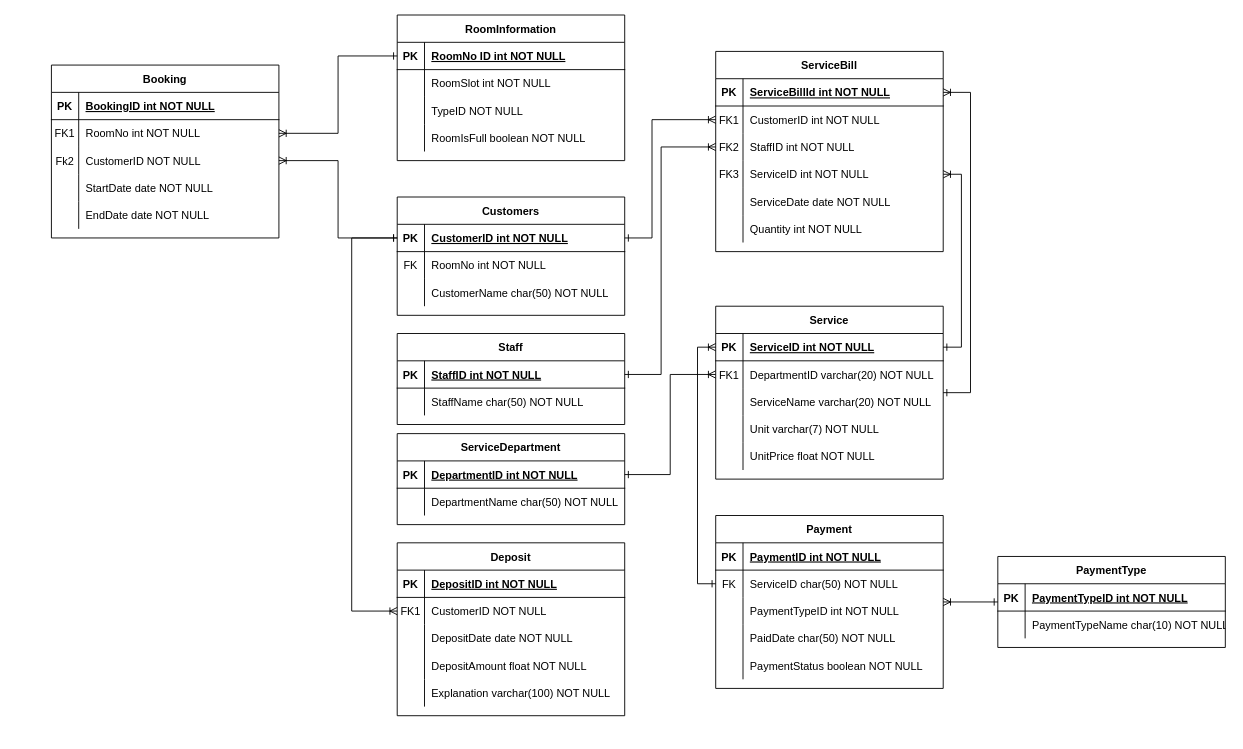
The draw.io diagram Diagram/Entity Relationship Diagram.drawio in jonathanha52/SE104.L23.PMCL, before the edit. Source tidied: cells renumbered, new cells numbered last; positions are measured from the earlier drawing's top-left corner, leaving out a move shared by most shapes. Both pictures are drawn from the tidied source at 91%, with x=0, y=0 at pixel (51, 15).
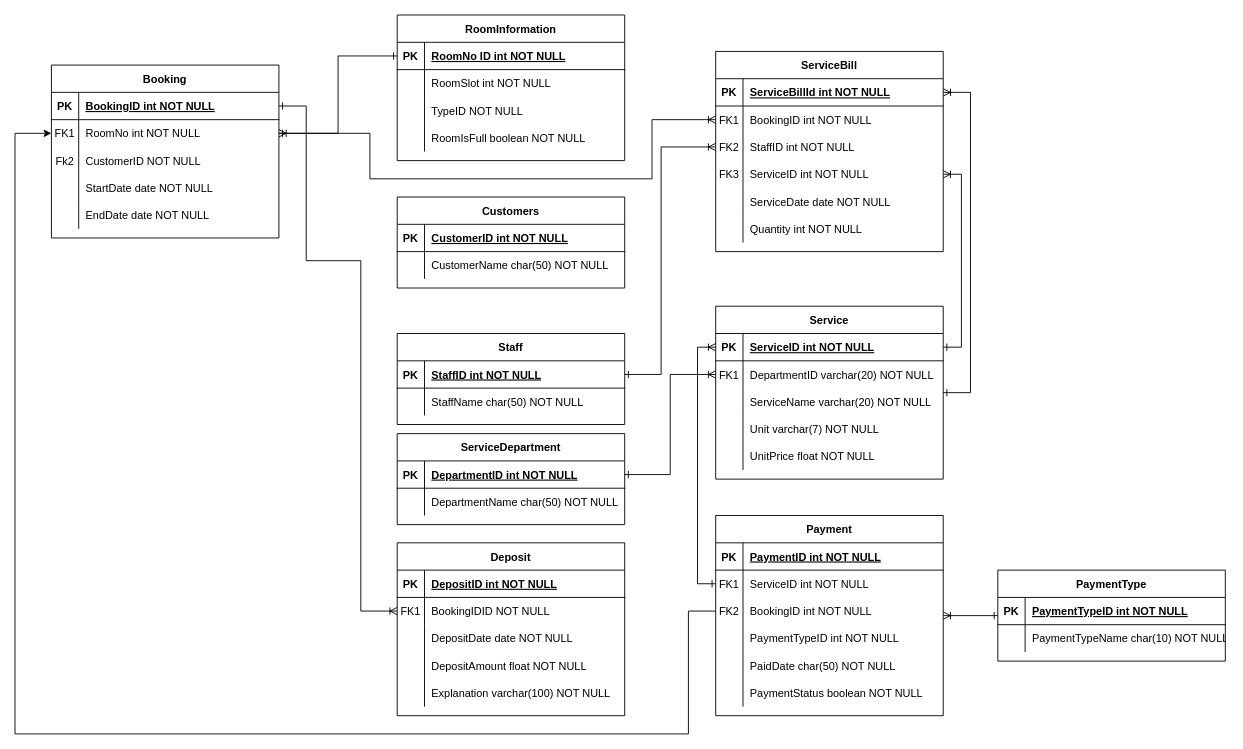
The same diagram, later.

Unchanged cells that the change refers to:
```xml
<mxCell id="8" style="shape=partialRectangle;fillColor=none;points=[[0,0.5],[1,0.5]];portConstraint=eastwest;top=0;left=0;right=0;bottom=0;" parent="4" vertex="1">
  <mxGeometry y="60" width="250" height="30" as="geometry" />
</mxCell>
<mxCell id="40" style="shape=partialRectangle;fillColor=none;points=[[0,0.5],[1,0.5]];portConstraint=eastwest;top=0;left=0;right=0;bottom=1;" parent="39" vertex="1">
  <mxGeometry y="30" width="250" height="30" as="geometry" />
</mxCell>
<mxCell id="67" style="shape=partialRectangle;fillColor=none;points=[[0,0.5],[1,0.5]];portConstraint=eastwest;top=0;left=0;right=0;bottom=0;" parent="63" vertex="1">
  <mxGeometry y="60" width="250" height="30" as="geometry" />
</mxCell>
<mxCell id="98" style="shape=partialRectangle;fillColor=none;points=[[0,0.5],[1,0.5]];portConstraint=eastwest;top=0;left=0;right=0;bottom=0;" parent="94" vertex="1">
  <mxGeometry y="60" width="250" height="30" as="geometry" />
</mxCell>
<mxCell id="122" style="shape=partialRectangle;fillColor=none;points=[[0,0.5],[1,0.5]];portConstraint=eastwest;top=0;left=0;right=0;bottom=1;" parent="121" vertex="1">
  <mxGeometry y="30" width="250" height="30" as="geometry" />
</mxCell>
<mxCell id="125" style="shape=partialRectangle;fillColor=none;points=[[0,0.5],[1,0.5]];portConstraint=eastwest;top=0;left=0;right=0;bottom=0;" parent="121" vertex="1">
  <mxGeometry y="60" width="250" height="30" as="geometry" />
</mxCell>
<mxCell id="128" style="shape=partialRectangle;fillColor=none;points=[[0,0.5],[1,0.5]];portConstraint=eastwest;top=0;left=0;right=0;bottom=0;" parent="121" vertex="1">
  <mxGeometry y="90" width="250" height="30" as="geometry" />
</mxCell>
```

Change to the diagram source:
```diff
@@
-    <mxCell id="2" style="endArrow=ERoneToMany;startArrow=ERone;endFill=0;startFill=0;edgeStyle=orthogonalEdgeStyle;rounded=0;" parent="1" edge="1" source="40" target="8">
+    <mxCell id="2" style="endArrow=ERoneToMany;startArrow=ERone;endFill=0;startFill=0;edgeStyle=orthogonalEdgeStyle;rounded=0;" parent="1" edge="1" source="125" target="8">
       <mxGeometry relative="1" as="geometry">
         <Array as="points">
-          <mxPoint x="660" y="245" />
+          <mxPoint x="350" y="130" />
+          <mxPoint x="350" y="180" />
+          <mxPoint x="660" y="180" />
           <mxPoint x="660" y="115" />
         </Array>
       </mxGeometry>
     </mxCell>
@@
-    <mxCell id="10" value="CustomerID int NOT NULL" style="shape=partialRectangle;overflow=hidden;fillColor=none;top=0;left=0;bottom=0;right=0;align=left;spacingLeft=6;" parent="8" vertex="1">
+    <mxCell id="10" value="BookingID int NOT NULL" style="shape=partialRectangle;overflow=hidden;fillColor=none;top=0;left=0;bottom=0;right=0;align=left;spacingLeft=6;" parent="8" vertex="1">
       <mxGeometry x="30" width="220" height="30" as="geometry" />
     </mxCell>
@@
     <mxCell id="39" value="Customers" style="shape=table;startSize=30;childLayout=tableLayout;rowLines=0;fontStyle=1;align=center;" parent="1" vertex="1">
-      <mxGeometry x="380" y="200" width="250" height="130" as="geometry" />
+      <mxGeometry x="380" y="200" width="250" height="100" as="geometry" />
     </mxCell>
@@
-    <mxCell id="43" style="shape=partialRectangle;fillColor=none;top=0;left=0;right=0;bottom=0;" parent="39" vertex="1">
-      <mxGeometry y="60" width="250" height="30" as="geometry" />
-    </mxCell>
-    <mxCell id="44" value="FK" style="shape=partialRectangle;overflow=hidden;fillColor=none;top=0;left=0;bottom=0;right=0;" parent="43" vertex="1">
-      <mxGeometry width="30" height="30" as="geometry" />
-    </mxCell>
-    <mxCell id="45" value="RoomNo int NOT NULL" style="shape=partialRectangle;overflow=hidden;fillColor=none;top=0;left=0;bottom=0;right=0;align=left;spacingLeft=6;" parent="43" vertex="1">
-      <mxGeometry x="30" width="220" height="30" as="geometry" />
-    </mxCell>
     <mxCell id="46" style="shape=partialRectangle;fillColor=none;top=0;left=0;right=0;bottom=0;" parent="39" vertex="1">
-      <mxGeometry y="90" width="250" height="30" as="geometry" />
+      <mxGeometry y="60" width="250" height="30" as="geometry" />
     </mxCell>
@@
-    <mxCell id="69" value="CustomerID NOT NULL" style="shape=partialRectangle;overflow=hidden;fillColor=none;top=0;left=0;bottom=0;right=0;align=left;spacingLeft=6;" parent="67" vertex="1">
+    <mxCell id="69" value="BookingIDID NOT NULL" style="shape=partialRectangle;overflow=hidden;fillColor=none;top=0;left=0;bottom=0;right=0;align=left;spacingLeft=6;" parent="67" vertex="1">
       <mxGeometry x="30" width="220" height="30" as="geometry" />
     </mxCell>
@@
     <mxCell id="94" value="Payment" style="shape=table;startSize=30;childLayout=tableLayout;rowLines=0;fontStyle=1;align=center;" parent="1" vertex="1">
-      <mxGeometry x="730" y="550" width="250" height="190" as="geometry" />
+      <mxGeometry x="730" y="550" width="250" height="220" as="geometry" />
     </mxCell>
@@
-    <mxCell id="99" value="FK" style="shape=partialRectangle;overflow=hidden;fillColor=none;top=0;left=0;bottom=0;right=0;" parent="98" vertex="1">
+    <mxCell id="99" value="FK1" style="shape=partialRectangle;overflow=hidden;fillColor=none;top=0;left=0;bottom=0;right=0;" parent="98" vertex="1">
       <mxGeometry width="30" height="30" as="geometry" />
     </mxCell>
-    <mxCell id="100" value="ServiceID char(50) NOT NULL" style="shape=partialRectangle;overflow=hidden;fillColor=none;top=0;left=0;bottom=0;right=0;align=left;spacingLeft=6;" parent="98" vertex="1">
+    <mxCell id="100" value="ServiceID int NOT NULL" style="shape=partialRectangle;overflow=hidden;fillColor=none;top=0;left=0;bottom=0;right=0;align=left;spacingLeft=6;" parent="98" vertex="1">
       <mxGeometry x="30" width="220" height="30" as="geometry" />
     </mxCell>
+    <mxCell id="139" style="shape=partialRectangle;fillColor=none;points=[[0,0.5],[1,0.5]];portConstraint=eastwest;top=0;left=0;right=0;bottom=0;" parent="94" vertex="1">
+      <mxGeometry y="90" width="250" height="30" as="geometry" />
+    </mxCell>
+    <mxCell id="140" value="FK2" style="shape=partialRectangle;overflow=hidden;fillColor=none;top=0;left=0;bottom=0;right=0;" parent="139" vertex="1">
+      <mxGeometry width="30" height="30" as="geometry" />
+    </mxCell>
+    <mxCell id="141" value="BookingID int NOT NULL" style="shape=partialRectangle;overflow=hidden;fillColor=none;top=0;left=0;bottom=0;right=0;align=left;spacingLeft=6;" parent="139" vertex="1">
+      <mxGeometry x="30" width="220" height="30" as="geometry" />
+    </mxCell>
     <mxCell id="101" style="shape=partialRectangle;fillColor=none;top=0;left=0;right=0;bottom=0;" parent="94" vertex="1">
-      <mxGeometry y="90" width="250" height="30" as="geometry" />
+      <mxGeometry y="120" width="250" height="30" as="geometry" />
     </mxCell>
@@
     <mxCell id="104" style="shape=partialRectangle;fillColor=none;top=0;left=0;right=0;bottom=0;" parent="94" vertex="1">
-      <mxGeometry y="120" width="250" height="30" as="geometry" />
+      <mxGeometry y="150" width="250" height="30" as="geometry" />
     </mxCell>
@@
     <mxCell id="107" style="shape=partialRectangle;fillColor=none;top=0;left=0;right=0;bottom=0;" parent="94" vertex="1">
-      <mxGeometry y="150" width="250" height="30" as="geometry" />
+      <mxGeometry y="180" width="250" height="30" as="geometry" />
     </mxCell>
@@
     <mxCell id="110" value="PaymentType" style="shape=table;startSize=30;childLayout=tableLayout;rowLines=0;fontStyle=1;align=center;" parent="1" vertex="1">
-      <mxGeometry x="1040" y="595" width="250" height="100" as="geometry" />
+      <mxGeometry x="1040" y="610" width="250" height="100" as="geometry" />
     </mxCell>
@@
-    <mxCell id="117" style="edgeStyle=orthogonalEdgeStyle;rounded=0;jettySize=auto;html=1;startArrow=ERoneToMany;startFill=0;endArrow=ERone;endFill=0;" parent="1" edge="1" source="67" target="40">
+    <mxCell id="117" style="edgeStyle=orthogonalEdgeStyle;rounded=0;jettySize=auto;html=1;startArrow=ERoneToMany;startFill=0;endArrow=ERone;endFill=0;" parent="1" edge="1" source="67" target="122">
       <mxGeometry relative="1" as="geometry">
         <Array as="points">
-          <mxPoint x="330" y="655" />
-          <mxPoint x="330" y="245" />
+          <mxPoint x="340" y="655" />
+          <mxPoint x="340" y="270" />
+          <mxPoint x="280" y="270" />
+          <mxPoint x="280" y="100" />
         </Array>
       </mxGeometry>
     </mxCell>
@@
-    <mxCell id="138" style="rounded=0;jettySize=auto;html=1;startArrow=ERoneToMany;startFill=0;endArrow=ERone;endFill=0;edgeStyle=orthogonalEdgeStyle;" parent="1" edge="1" source="128" target="40">
-      <mxGeometry relative="1" as="geometry">
-        <Array as="points">
-          <mxPoint x="315" y="160" />
-          <mxPoint x="315" y="245" />
-        </Array>
-      </mxGeometry>
-    </mxCell>
+    <mxCell id="142" style="edgeStyle=orthogonalEdgeStyle;rounded=0;jettySize=auto;html=1;" parent="1" edge="1" source="139" target="125">
+      <mxGeometry relative="1" as="geometry">
+        <Array as="points">
+          <mxPoint x="700" y="655" />
+          <mxPoint x="700" y="790" />
+          <mxPoint x="-40" y="790" />
+          <mxPoint x="-40" y="130" />
+        </Array>
+      </mxGeometry>
+    </mxCell>
```
